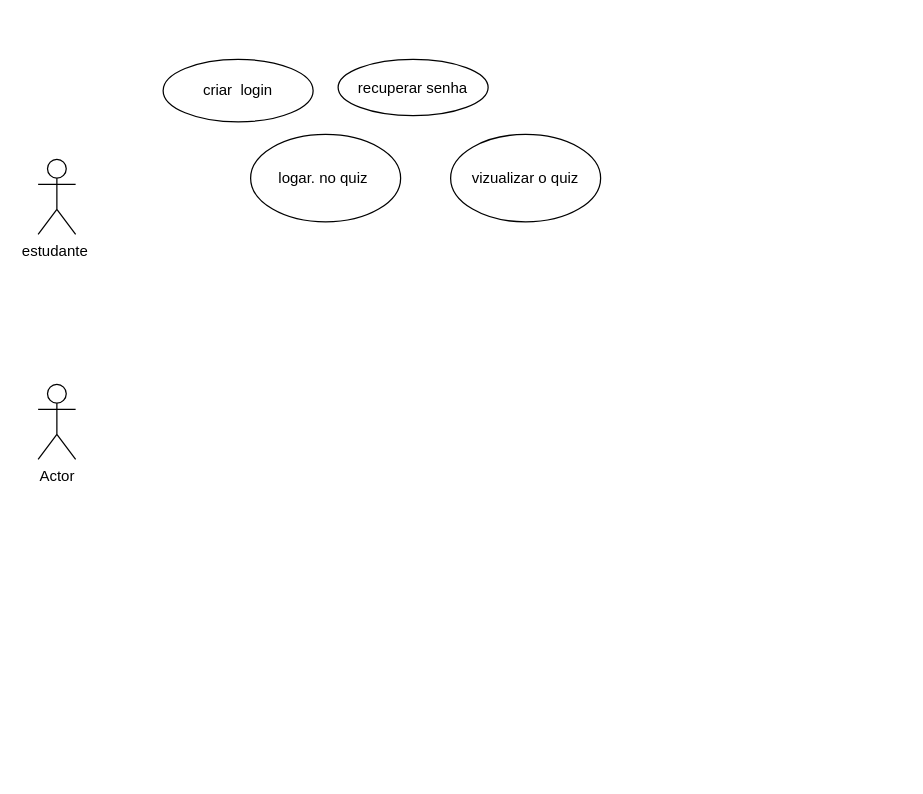
Above: page "Página-5" (5 of 6) of bla.drawio in liviabla/diagramasderequisitos (draw.io), before the change. Source tidied: cells renumbered, new cells numbered last; positions are measured from the earlier drawing's top-left corner, leaving out a move shared by most shapes. Both pictures are drawn from the tidied source at 125%, with x=0, y=0 at pixel (38, 59).
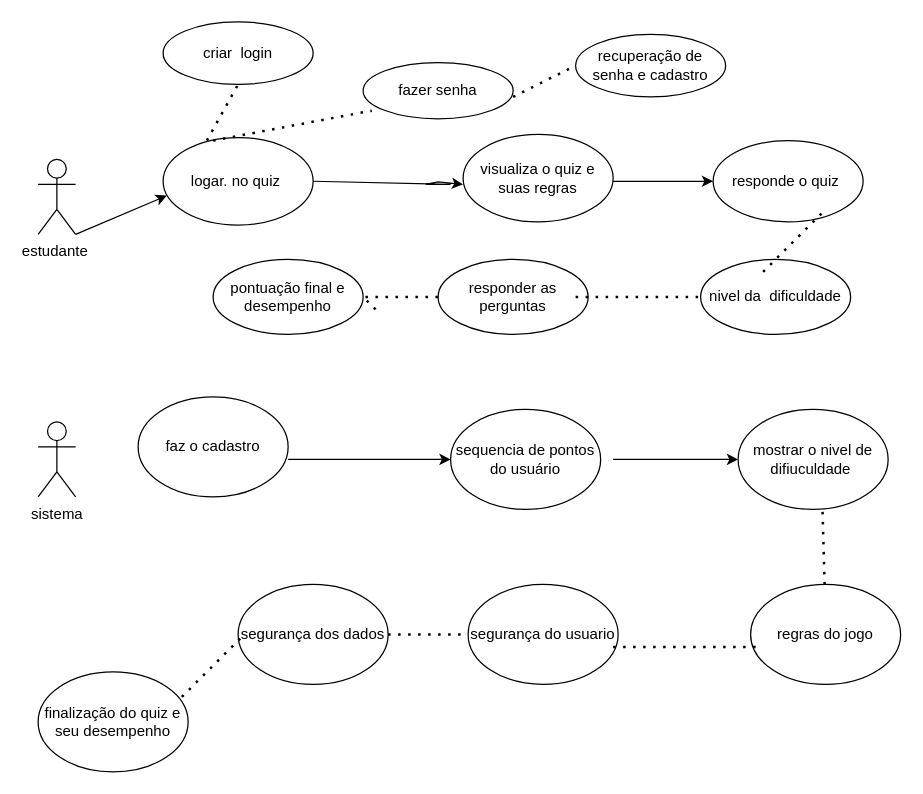
The same page after the edit.

Diff of the diagram source:
```diff
@@
     <mxCell id="3" value="logar. no quiz&amp;nbsp;" style="ellipse;whiteSpace=wrap;html=1;" parent="1" vertex="1">
-      <mxGeometry x="170" y="60" width="120" height="70" as="geometry" />
+      <mxGeometry x="100" y="62.5" width="120" height="70" as="geometry" />
     </mxCell>
     <mxCell id="4" value="criar&amp;nbsp; login" style="ellipse;whiteSpace=wrap;html=1;" parent="1" vertex="1">
-      <mxGeometry x="100" width="120" height="50" as="geometry" />
+      <mxGeometry x="100" y="-30" width="120" height="50" as="geometry" />
     </mxCell>
-    <mxCell id="5" value="recuperar senha" style="ellipse;whiteSpace=wrap;html=1;" parent="1" vertex="1">
-      <mxGeometry x="240" width="120" height="45" as="geometry" />
+    <mxCell id="5" value="fazer senha" style="ellipse;whiteSpace=wrap;html=1;" parent="1" vertex="1">
+      <mxGeometry x="260" y="2.5" width="120" height="45" as="geometry" />
     </mxCell>
-    <mxCell id="6" value="vizualizar o quiz" style="ellipse;whiteSpace=wrap;html=1;" parent="1" vertex="1">
-      <mxGeometry x="330" y="60" width="120" height="70" as="geometry" />
+    <mxCell id="6" value="visualiza o quiz e suas regras" style="ellipse;whiteSpace=wrap;html=1;" parent="1" vertex="1">
+      <mxGeometry x="340" y="60" width="120" height="70" as="geometry" />
     </mxCell>
-    <mxCell id="7" value="Actor" style="shape=umlActor;verticalLabelPosition=bottom;verticalAlign=top;html=1;" parent="1" vertex="1">
-      <mxGeometry y="260" width="30" height="60" as="geometry" />
+    <mxCell id="7" value="sistema" style="shape=umlActor;verticalLabelPosition=bottom;verticalAlign=top;html=1;" parent="1" vertex="1">
+      <mxGeometry y="290" width="30" height="60" as="geometry" />
     </mxCell>
+    <mxCell id="8" value="responde o quiz&amp;nbsp;" style="ellipse;whiteSpace=wrap;html=1;" parent="1" vertex="1">
+      <mxGeometry x="540" y="65" width="120" height="65" as="geometry" />
+    </mxCell>
+    <mxCell id="9" value="recuperação de senha e cadastro" style="ellipse;whiteSpace=wrap;html=1;" parent="1" vertex="1">
+      <mxGeometry x="430" y="-20" width="120" height="50" as="geometry" />
+    </mxCell>
+    <mxCell id="10" style="endArrow=classic;html=1;rounded=0;entryX=0.025;entryY=0.664;entryDx=0;entryDy=0;entryPerimeter=0;" parent="1" edge="1" target="3">
+      <mxGeometry relative="1" as="geometry">
+        <mxPoint x="30" y="140" as="sourcePoint" />
+      </mxGeometry>
+    </mxCell>
+    <mxCell id="11" style="endArrow=classic;html=1;rounded=0;exitX=1;exitY=0.5;exitDx=0;exitDy=0;" parent="1" edge="1" source="3">
+      <mxGeometry relative="1" as="geometry">
+        <mxPoint x="340" y="100" as="targetPoint" />
+        <Array as="points">
+          <mxPoint x="330" y="100" />
+          <mxPoint x="310" y="100" />
+          <mxPoint x="320" y="98" />
+        </Array>
+      </mxGeometry>
+    </mxCell>
+    <mxCell id="12" style="endArrow=classic;html=1;rounded=0;entryX=0;entryY=0.5;entryDx=0;entryDy=0;" parent="1" edge="1" target="8">
+      <mxGeometry relative="1" as="geometry">
+        <mxPoint x="460" y="97.5" as="sourcePoint" />
+      </mxGeometry>
+    </mxCell>
+    <mxCell id="13" style="endArrow=none;dashed=1;html=1;dashPattern=1 3;strokeWidth=2;rounded=0;entryX=0.058;entryY=0.856;entryDx=0;entryDy=0;entryPerimeter=0;" parent="1" edge="1" target="5">
+      <mxGeometry relative="1" as="geometry">
+        <mxPoint x="140" y="65" as="sourcePoint" />
+      </mxGeometry>
+    </mxCell>
+    <mxCell id="14" style="endArrow=none;dashed=1;html=1;dashPattern=1 3;strokeWidth=2;rounded=0;entryX=0.5;entryY=1;entryDx=0;entryDy=0;" parent="1" edge="1" target="4">
+      <mxGeometry relative="1" as="geometry">
+        <mxPoint x="135" y="65" as="sourcePoint" />
+      </mxGeometry>
+    </mxCell>
+    <mxCell id="15" style="endArrow=none;dashed=1;html=1;dashPattern=1 3;strokeWidth=2;rounded=0;entryX=0;entryY=0.5;entryDx=0;entryDy=0;" parent="1" edge="1" target="9">
+      <mxGeometry relative="1" as="geometry">
+        <mxPoint x="380" y="30" as="sourcePoint" />
+      </mxGeometry>
+    </mxCell>
+    <mxCell id="16" value="faz o cadastro" style="ellipse;whiteSpace=wrap;html=1;" parent="1" vertex="1">
+      <mxGeometry x="80" y="270" width="120" height="80" as="geometry" />
+    </mxCell>
+    <mxCell id="17" value="sequencia de pontos do usuário" style="ellipse;whiteSpace=wrap;html=1;" parent="1" vertex="1">
+      <mxGeometry x="330" y="280" width="120" height="80" as="geometry" />
+    </mxCell>
+    <mxCell id="18" value="mostrar o nivel de difiuculdade&amp;nbsp;" style="ellipse;whiteSpace=wrap;html=1;" parent="1" vertex="1">
+      <mxGeometry x="560" y="280" width="120" height="80" as="geometry" />
+    </mxCell>
+    <mxCell id="19" style="endArrow=classic;html=1;rounded=0;" parent="1" edge="1" target="17">
+      <mxGeometry relative="1" as="geometry">
+        <mxPoint x="200" y="320" as="sourcePoint" />
+      </mxGeometry>
+    </mxCell>
+    <mxCell id="20" style="endArrow=classic;html=1;rounded=0;entryX=0;entryY=0.5;entryDx=0;entryDy=0;" parent="1" edge="1" target="18">
+      <mxGeometry relative="1" as="geometry">
+        <mxPoint x="460" y="320" as="sourcePoint" />
+      </mxGeometry>
+    </mxCell>
+    <mxCell id="21" value="regras do jogo" style="ellipse;whiteSpace=wrap;html=1;" parent="1" vertex="1">
+      <mxGeometry x="570" y="420" width="120" height="80" as="geometry" />
+    </mxCell>
+    <mxCell id="22" value="segurança do usuario" style="ellipse;whiteSpace=wrap;html=1;" parent="1" vertex="1">
+      <mxGeometry x="344" y="420" width="120" height="80" as="geometry" />
+    </mxCell>
+    <mxCell id="23" value="segurança dos dados" style="ellipse;whiteSpace=wrap;html=1;" parent="1" vertex="1">
+      <mxGeometry x="160" y="420" width="120" height="80" as="geometry" />
+    </mxCell>
+    <mxCell id="24" value="finalização do quiz e seu desempenho" style="ellipse;whiteSpace=wrap;html=1;" parent="1" vertex="1">
+      <mxGeometry y="490" width="120" height="80" as="geometry" />
+    </mxCell>
+    <mxCell id="25" style="endArrow=none;dashed=1;html=1;dashPattern=1 3;strokeWidth=2;rounded=0;" parent="1" edge="1" source="21">
+      <mxGeometry relative="1" as="geometry">
+        <mxPoint x="627.5" y="360" as="targetPoint" />
+      </mxGeometry>
+    </mxCell>
+    <mxCell id="26" style="endArrow=none;dashed=1;html=1;dashPattern=1 3;strokeWidth=2;rounded=0;entryX=0.083;entryY=0.625;entryDx=0;entryDy=0;entryPerimeter=0;" parent="1" edge="1" target="21">
+      <mxGeometry relative="1" as="geometry">
+        <mxPoint x="460" y="470" as="sourcePoint" />
+      </mxGeometry>
+    </mxCell>
+    <mxCell id="27" style="endArrow=none;dashed=1;html=1;dashPattern=1 3;strokeWidth=2;rounded=0;" parent="1" edge="1" target="22">
+      <mxGeometry relative="1" as="geometry">
+        <mxPoint x="280" y="460" as="sourcePoint" />
+      </mxGeometry>
+    </mxCell>
+    <mxCell id="28" style="endArrow=none;dashed=1;html=1;dashPattern=1 3;strokeWidth=2;rounded=0;" parent="1" edge="1">
+      <mxGeometry relative="1" as="geometry">
+        <mxPoint x="115" y="510" as="sourcePoint" />
+        <mxPoint x="165" y="460" as="targetPoint" />
+      </mxGeometry>
+    </mxCell>
+    <mxCell id="29" value="nivel da&amp;nbsp; dificuldade" style="ellipse;whiteSpace=wrap;html=1;" parent="1" vertex="1">
+      <mxGeometry x="530" y="160" width="120" height="60" as="geometry" />
+    </mxCell>
+    <mxCell id="30" value="responder as perguntas" style="ellipse;whiteSpace=wrap;html=1;" parent="1" vertex="1">
+      <mxGeometry x="320" y="160" width="120" height="60" as="geometry" />
+    </mxCell>
+    <mxCell id="31" value="pontuação final e desempenho" style="ellipse;whiteSpace=wrap;html=1;" parent="1" vertex="1">
+      <mxGeometry x="140" y="160" width="120" height="60" as="geometry" />
+    </mxCell>
+    <mxCell id="32" style="endArrow=none;dashed=1;html=1;dashPattern=1 3;strokeWidth=2;rounded=0;" parent="1" edge="1" target="29">
+      <mxGeometry relative="1" as="geometry">
+        <mxPoint x="430" y="190" as="sourcePoint" />
+        <Array as="points">
+          <mxPoint x="480" y="190" />
+        </Array>
+      </mxGeometry>
+    </mxCell>
+    <mxCell id="33" style="endArrow=none;dashed=1;html=1;dashPattern=1 3;strokeWidth=2;rounded=0;" parent="1" edge="1">
+      <mxGeometry relative="1" as="geometry">
+        <mxPoint x="580" y="170" as="sourcePoint" />
+        <mxPoint x="630" y="120" as="targetPoint" />
+      </mxGeometry>
+    </mxCell>
+    <mxCell id="34" style="endArrow=none;dashed=1;html=1;dashPattern=1 3;strokeWidth=2;rounded=0;entryX=0;entryY=0.5;entryDx=0;entryDy=0;" parent="1" edge="1" target="30">
+      <mxGeometry relative="1" as="geometry">
+        <mxPoint x="270" y="200" as="sourcePoint" />
+        <Array as="points">
+          <mxPoint x="260" y="190" />
+        </Array>
+      </mxGeometry>
+    </mxCell>
```
